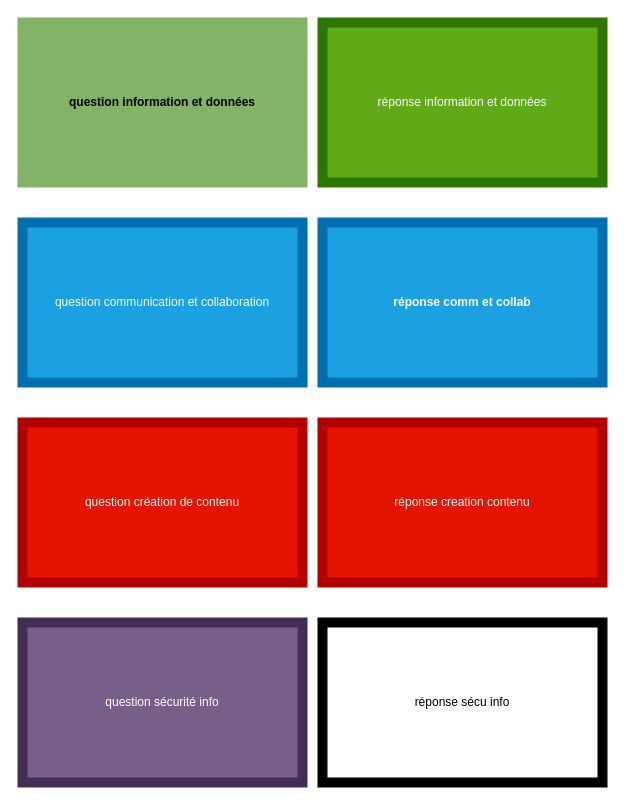
Before: Diagramme sans nom.drawio in mathieu1902/cours-info-s-cu-helha, a draw.io diagram. Source tidied: cells renumbered, new cells numbered last; positions are measured from the earlier drawing's top-left corner, leaving out a move shared by most shapes. Both pictures are drawn from the tidied source at 100%, with x=0, y=0 at pixel (22, 22).
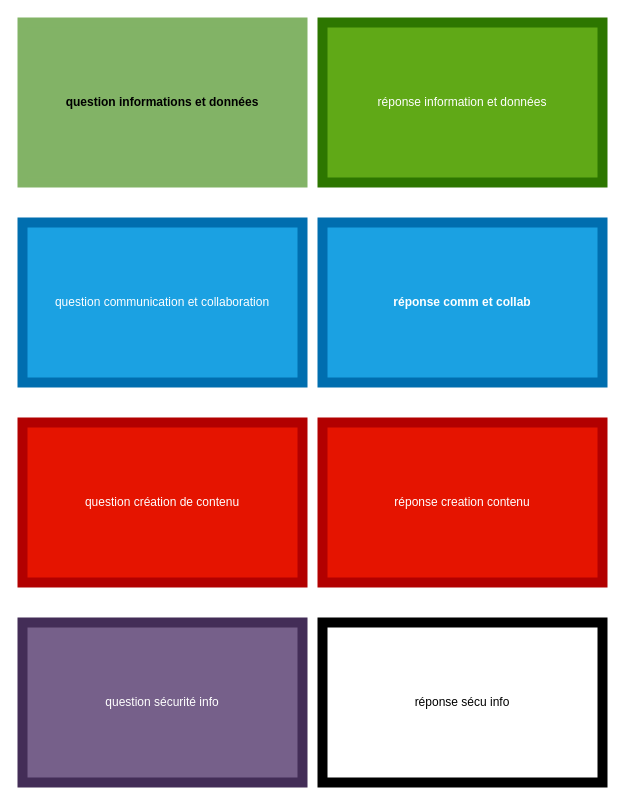
Above is the later version.

The edit, as a diff of the source:
```diff
@@
 <mxGraphModel>
   <root>
     <mxCell id="0" />
     <mxCell id="1" parent="0" />
-    <mxCell id="2" value="question information et données" style="rounded=0;whiteSpace=wrap;html=1;fontStyle=1;fillColor=light-dark(#82B366,#FFFFFF);strokeColor=light-dark(#82B366,#66CC00);fontColor=light-dark(#000000,#000000);strokeWidth=10;" parent="1" vertex="1">
+    <mxCell id="2" value="question informations et données" style="rounded=0;whiteSpace=wrap;html=1;fontStyle=1;fillColor=light-dark(#82B366,#FFFFFF);strokeColor=light-dark(#82B366,#66CC00);fontColor=light-dark(#000000,#000000);strokeWidth=10;" parent="1" vertex="1">
       <mxGeometry width="280" height="160" as="geometry" />
     </mxCell>
     <mxCell id="3" value="réponse information et données" style="rounded=0;whiteSpace=wrap;html=1;fillColor=light-dark(#60A917,#FFFFFF);fontColor=#ffffff;strokeColor=light-dark(#2D7600,#66CC00);fontStyle=0;strokeWidth=10;" parent="1" vertex="1">
       <mxGeometry x="300" width="280" height="160" as="geometry" />
     </mxCell>
     <mxCell id="4" value="question communication et collaboration" style="rounded=0;whiteSpace=wrap;html=1;fillColor=light-dark(#1BA1E2,#FFFFFF);fontColor=#ffffff;strokeColor=#006EAF;strokeWidth=10;" parent="1" vertex="1">
       <mxGeometry y="200" width="280" height="160" as="geometry" />
     </mxCell>
     <mxCell id="5" value="réponse comm et collab" style="rounded=0;whiteSpace=wrap;html=1;fillColor=light-dark(#1BA1E2,#FFFFFF);fontColor=#ffffff;strokeColor=#006EAF;fontStyle=1;strokeWidth=10;" parent="1" vertex="1">
       <mxGeometry x="300" y="200" width="280" height="160" as="geometry" />
     </mxCell>
     <mxCell id="6" value="question création de contenu" style="rounded=0;whiteSpace=wrap;html=1;fillColor=light-dark(#E51400,#FFFFFF);strokeColor=light-dark(#B20000,#FF3333);fontColor=#ffffff;strokeWidth=10;" parent="1" vertex="1">
       <mxGeometry y="400" width="280" height="160" as="geometry" />
     </mxCell>
     <mxCell id="7" value="réponse creation contenu" style="rounded=0;whiteSpace=wrap;html=1;fillColor=light-dark(#E51400,#FFFFFF);fontColor=#ffffff;strokeColor=light-dark(#B20000,#FF3333);strokeWidth=10;" parent="1" vertex="1">
       <mxGeometry x="300" y="400" width="280" height="160" as="geometry" />
     </mxCell>
     <mxCell id="8" value="question sécurité info" style="rounded=0;whiteSpace=wrap;html=1;fillColor=light-dark(#76608A,#FFFFFF);fontColor=#ffffff;strokeColor=light-dark(#432D57,#9933FF);strokeWidth=10;" parent="1" vertex="1">
       <mxGeometry y="600" width="280" height="160" as="geometry" />
     </mxCell>
     <mxCell id="9" value="réponse sécu info" style="rounded=0;whiteSpace=wrap;html=1;fillColor=light-dark(#FFFFFF,#FFFFFF);fontColor=light-dark(#000000,#000000);strokeColor=light-dark(#000000,#9933FF);strokeWidth=10;" parent="1" vertex="1">
       <mxGeometry x="300" y="600" width="280" height="160" as="geometry" />
     </mxCell>
   </root>
 </mxGraphModel>
```
